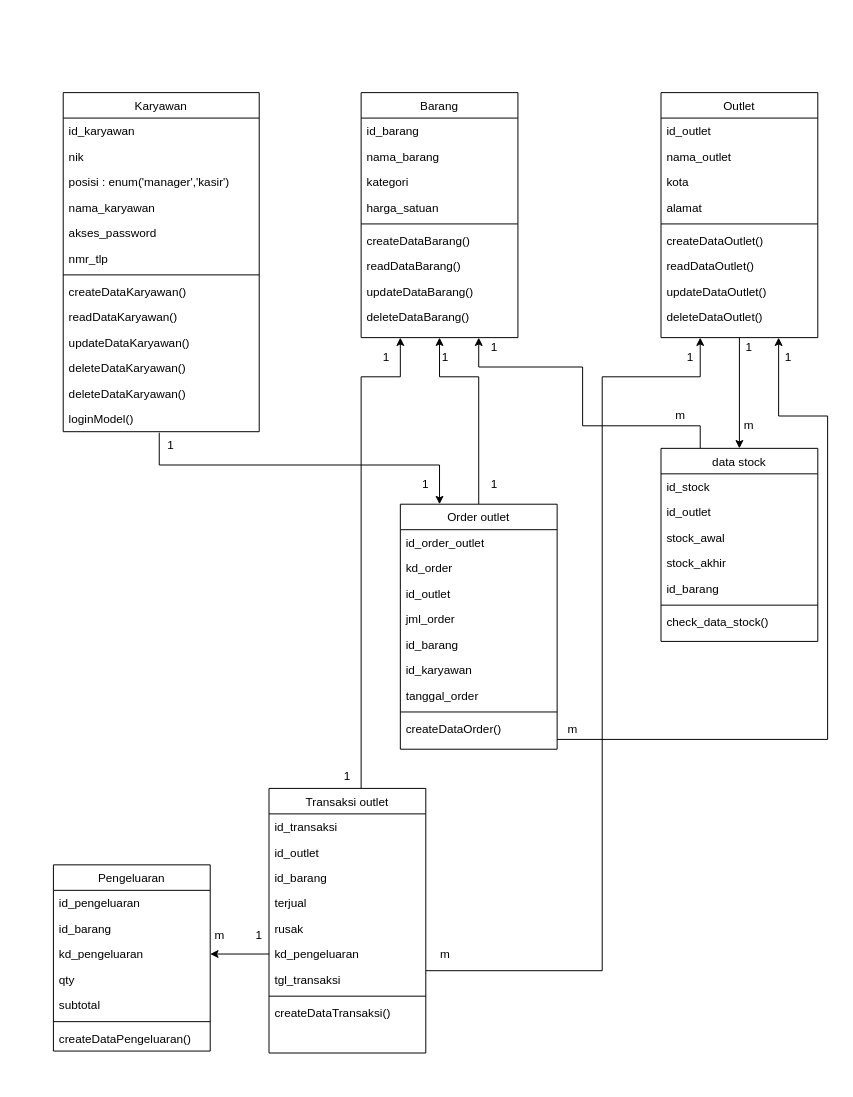
This is diagram/class_diagram.drawio from mqnoy/kakapeh, a draw.io file, before an edit. Source tidied: cells renumbered, new cells numbered last; positions are measured from the earlier drawing's top-left corner, leaving out a move shared by most shapes. Both pictures are drawn from the tidied source at 98%, with x=0, y=0 at pixel (53, 92).
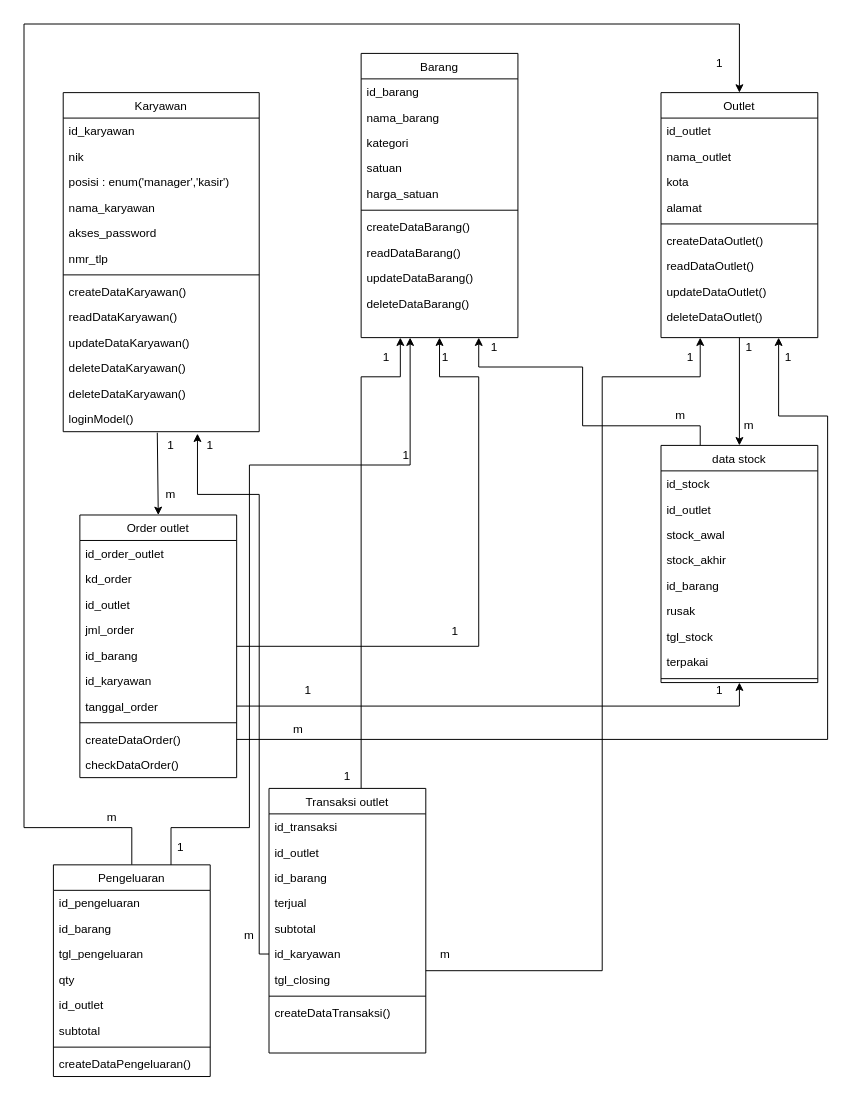
The same page after the edit.

The change refers to these unchanged cells:
```xml
<mxCell id="12" value="Outlet" style="swimlane;fontStyle=0;align=center;verticalAlign=top;horizontal=1;startSize=26;rounded=0;shadow=0;strokeWidth=1;" parent="1" vertex="1">
  <mxGeometry x="620" width="160" height="250" as="geometry" />
</mxCell>
<mxCell id="46" value="Transaksi outlet" style="swimlane;fontStyle=0;align=center;verticalAlign=top;horizontal=1;startSize=26;rounded=0;shadow=0;strokeWidth=1;" parent="1" vertex="1">
  <mxGeometry x="220" y="710" width="160" height="270" as="geometry" />
</mxCell>
<mxCell id="70" value="loginModel()" style="text;align=left;verticalAlign=top;spacingLeft=4;spacingRight=4;overflow=hidden;points=[[0,0.5],[1,0.5]];portConstraint=eastwest;" parent="57" vertex="1">
  <mxGeometry y="320" width="200" height="26" as="geometry" />
</mxCell>
```

Diff of the diagram source:
```diff
@@
     <mxCell id="3" value="data stock" style="swimlane;fontStyle=0;align=center;verticalAlign=top;horizontal=1;startSize=26;rounded=0;shadow=0;strokeWidth=1;" parent="1" vertex="1">
-      <mxGeometry x="620" y="363" width="160" height="197" as="geometry" />
+      <mxGeometry x="620" y="360" width="160" height="242" as="geometry" />
     </mxCell>
@@
+    <mxCell id="96" value="id_barang" style="text;align=left;verticalAlign=top;spacingLeft=4;spacingRight=4;overflow=hidden;rounded=0;shadow=0;html=0;" parent="3" vertex="1">
+      <mxGeometry y="130" width="160" height="26" as="geometry" />
+    </mxCell>
-    <mxCell id="8" value="id_barang" style="text;align=left;verticalAlign=top;spacingLeft=4;spacingRight=4;overflow=hidden;rounded=0;shadow=0;html=0;" parent="3" vertex="1">
-      <mxGeometry y="130" width="160" height="26" as="geometry" />
+    <mxCell id="8" value="rusak" style="text;align=left;verticalAlign=top;spacingLeft=4;spacingRight=4;overflow=hidden;rounded=0;shadow=0;html=0;" parent="3" vertex="1">
+      <mxGeometry y="156" width="160" height="26" as="geometry" />
     </mxCell>
+    <mxCell id="97" value="tgl_stock" style="text;align=left;verticalAlign=top;spacingLeft=4;spacingRight=4;overflow=hidden;rounded=0;shadow=0;html=0;" parent="3" vertex="1">
+      <mxGeometry y="182" width="160" height="26" as="geometry" />
+    </mxCell>
+    <mxCell id="98" value="terpakai" style="text;align=left;verticalAlign=top;spacingLeft=4;spacingRight=4;overflow=hidden;rounded=0;shadow=0;html=0;" parent="3" vertex="1">
+      <mxGeometry y="208" width="160" height="26" as="geometry" />
+    </mxCell>
     <mxCell id="9" style="line;html=1;strokeWidth=1;align=left;verticalAlign=middle;spacingTop=-1;spacingLeft=3;spacingRight=3;labelPosition=right;" parent="3" vertex="1">
-      <mxGeometry y="156" width="160" height="8" as="geometry" />
+      <mxGeometry y="234" width="160" height="8" as="geometry" />
     </mxCell>
-    <mxCell id="10" value="check_data_stock()" style="text;align=left;verticalAlign=top;spacingLeft=4;spacingRight=4;overflow=hidden;" parent="3" vertex="1">
-      <mxGeometry y="164" width="160" height="26" as="geometry" />
-    </mxCell>
@@
-    <mxCell id="24" value="Order outlet" style="swimlane;fontStyle=0;align=center;verticalAlign=top;horizontal=1;startSize=26;rounded=0;shadow=0;strokeWidth=1;" parent="1" vertex="1">
-      <mxGeometry x="354" y="420" width="160" height="250" as="geometry" />
-    </mxCell>
-    <mxCell id="25" value="id_order_outlet" style="text;align=left;verticalAlign=top;spacingLeft=4;spacingRight=4;overflow=hidden;" parent="24" vertex="1">
-      <mxGeometry y="26" width="160" height="26" as="geometry" />
-    </mxCell>
-    <mxCell id="26" value="kd_order" style="text;align=left;verticalAlign=top;spacingLeft=4;spacingRight=4;overflow=hidden;" parent="24" vertex="1">
-      <mxGeometry y="52" width="160" height="26" as="geometry" />
-    </mxCell>
-    <mxCell id="27" value="id_outlet" style="text;align=left;verticalAlign=top;spacingLeft=4;spacingRight=4;overflow=hidden;" parent="24" vertex="1">
-      <mxGeometry y="78" width="160" height="26" as="geometry" />
-    </mxCell>
-    <mxCell id="28" value="jml_order" style="text;align=left;verticalAlign=top;spacingLeft=4;spacingRight=4;overflow=hidden;" parent="24" vertex="1">
-      <mxGeometry y="104" width="160" height="26" as="geometry" />
-    </mxCell>
-    <mxCell id="29" value="id_barang" style="text;align=left;verticalAlign=top;spacingLeft=4;spacingRight=4;overflow=hidden;" parent="24" vertex="1">
-      <mxGeometry y="130" width="160" height="26" as="geometry" />
-    </mxCell>
-    <mxCell id="30" value="id_karyawan" style="text;align=left;verticalAlign=top;spacingLeft=4;spacingRight=4;overflow=hidden;" parent="24" vertex="1">
-      <mxGeometry y="156" width="160" height="26" as="geometry" />
-    </mxCell>
-    <mxCell id="31" value="tanggal_order" style="text;align=left;verticalAlign=top;spacingLeft=4;spacingRight=4;overflow=hidden;points=[[0,0.5],[1,0.5]];portConstraint=eastwest;rounded=0;shadow=0;html=0;" parent="24" vertex="1">
-      <mxGeometry y="182" width="160" height="26" as="geometry" />
-    </mxCell>
-    <mxCell id="32" style="line;html=1;strokeWidth=1;align=left;verticalAlign=middle;spacingTop=-1;spacingLeft=3;spacingRight=3;labelPosition=right;" parent="24" vertex="1">
-      <mxGeometry y="208" width="160" height="8" as="geometry" />
-    </mxCell>
-    <mxCell id="33" value="createDataOrder()" style="text;align=left;verticalAlign=top;spacingLeft=4;spacingRight=4;overflow=hidden;" parent="24" vertex="1">
-      <mxGeometry y="216" width="160" height="26" as="geometry" />
-    </mxCell>
     <mxCell id="34" value="Barang" style="swimlane;fontStyle=0;align=center;verticalAlign=top;horizontal=1;startSize=26;rounded=0;shadow=0;strokeWidth=1;" parent="1" vertex="1">
-      <mxGeometry x="314" width="160" height="250" as="geometry" />
+      <mxGeometry x="314" y="-40" width="160" height="290" as="geometry" />
     </mxCell>
@@
+    <mxCell id="99" value="satuan" style="text;align=left;verticalAlign=top;spacingLeft=4;spacingRight=4;overflow=hidden;rounded=0;shadow=0;html=0;" parent="34" vertex="1">
+      <mxGeometry y="104" width="160" height="26" as="geometry" />
+    </mxCell>
     <mxCell id="38" value="harga_satuan" style="text;align=left;verticalAlign=top;spacingLeft=4;spacingRight=4;overflow=hidden;rounded=0;shadow=0;html=0;" parent="34" vertex="1">
-      <mxGeometry y="104" width="160" height="26" as="geometry" />
+      <mxGeometry y="130" width="160" height="26" as="geometry" />
     </mxCell>
     <mxCell id="39" style="line;html=1;strokeWidth=1;align=left;verticalAlign=middle;spacingTop=-1;spacingLeft=3;spacingRight=3;labelPosition=right;" parent="34" vertex="1">
-      <mxGeometry y="130" width="160" height="8" as="geometry" />
+      <mxGeometry y="156" width="160" height="8" as="geometry" />
     </mxCell>
     <mxCell id="40" value="createDataBarang()" style="text;align=left;verticalAlign=top;spacingLeft=4;spacingRight=4;overflow=hidden;" parent="34" vertex="1">
-      <mxGeometry y="138" width="160" height="26" as="geometry" />
+      <mxGeometry y="164" width="160" height="26" as="geometry" />
     </mxCell>
     <mxCell id="41" value="readDataBarang()" style="text;align=left;verticalAlign=top;spacingLeft=4;spacingRight=4;overflow=hidden;" parent="34" vertex="1">
-      <mxGeometry y="164" width="160" height="26" as="geometry" />
+      <mxGeometry y="190" width="160" height="26" as="geometry" />
     </mxCell>
     <mxCell id="42" value="updateDataBarang()" style="text;align=left;verticalAlign=top;spacingLeft=4;spacingRight=4;overflow=hidden;" parent="34" vertex="1">
-      <mxGeometry y="190" width="160" height="26" as="geometry" />
+      <mxGeometry y="216" width="160" height="26" as="geometry" />
     </mxCell>
     <mxCell id="43" value="deleteDataBarang()" style="text;align=left;verticalAlign=top;spacingLeft=4;spacingRight=4;overflow=hidden;" parent="34" vertex="1">
-      <mxGeometry y="216" width="160" height="26" as="geometry" />
+      <mxGeometry y="242" width="160" height="26" as="geometry" />
     </mxCell>
@@
-    <mxCell id="51" value="rusak" style="text;align=left;verticalAlign=top;spacingLeft=4;spacingRight=4;overflow=hidden;rounded=0;shadow=0;html=0;" parent="46" vertex="1">
-      <mxGeometry y="130" width="160" height="26" as="geometry" />
-    </mxCell>
-    <mxCell id="52" value="kd_pengeluaran" style="text;align=left;verticalAlign=top;spacingLeft=4;spacingRight=4;overflow=hidden;points=[[0,0.5],[1,0.5]];portConstraint=eastwest;rounded=0;shadow=0;html=0;" parent="46" vertex="1">
-      <mxGeometry y="156" width="160" height="26" as="geometry" />
+    <mxCell id="52" value="subtotal" style="text;align=left;verticalAlign=top;spacingLeft=4;spacingRight=4;overflow=hidden;points=[[0,0.5],[1,0.5]];portConstraint=eastwest;rounded=0;shadow=0;html=0;" parent="46" vertex="1">
+      <mxGeometry y="130" width="160" height="26" as="geometry" />
     </mxCell>
+    <mxCell id="100" value="id_karyawan" style="text;align=left;verticalAlign=top;spacingLeft=4;spacingRight=4;overflow=hidden;points=[[0,0.5],[1,0.5]];portConstraint=eastwest;rounded=0;shadow=0;html=0;" parent="46" vertex="1">
+      <mxGeometry y="156" width="160" height="26" as="geometry" />
+    </mxCell>
-    <mxCell id="53" value="tgl_transaksi" style="text;align=left;verticalAlign=top;spacingLeft=4;spacingRight=4;overflow=hidden;rounded=0;shadow=0;html=0;" parent="46" vertex="1">
+    <mxCell id="53" value="tgl_closing" style="text;align=left;verticalAlign=top;spacingLeft=4;spacingRight=4;overflow=hidden;rounded=0;shadow=0;html=0;" parent="46" vertex="1">
       <mxGeometry y="182" width="160" height="26" as="geometry" />
     </mxCell>
@@
-    <mxCell id="56" style="edgeStyle=orthogonalEdgeStyle;rounded=0;jettySize=auto;html=1;exitX=0.49;exitY=1.038;exitDx=0;exitDy=0;exitPerimeter=0;entryX=0.25;entryY=0;entryDx=0;entryDy=0;" parent="1" edge="1" source="70" target="24">
+    <mxCell id="56" style="rounded=0;orthogonalLoop=1;jettySize=auto;html=1;exitX=0.49;exitY=1.038;exitDx=0;exitDy=0;exitPerimeter=0;entryX=0.5;entryY=0;entryDx=0;entryDy=0;" parent="1" edge="1">
       <mxGeometry relative="1" as="geometry">
-        <Array as="points">
-          <mxPoint x="108" y="380" />
-          <mxPoint x="394" y="380" />
-        </Array>
+        <mxPoint x="106" y="347" as="sourcePoint" />
+        <mxPoint x="107" y="431" as="targetPoint" />
       </mxGeometry>
     </mxCell>
@@
-    <mxCell id="71" style="edgeStyle=orthogonalEdgeStyle;rounded=0;jettySize=auto;html=1;entryX=1;entryY=0.5;entryDx=0;entryDy=0;" parent="1" edge="1" source="52" target="75">
-      <mxGeometry relative="1" as="geometry" />
+    <mxCell id="71" style="edgeStyle=orthogonalEdgeStyle;rounded=0;jettySize=auto;html=1;entryX=0.5;entryY=0;entryDx=0;entryDy=0;exitX=0.5;exitY=0;exitDx=0;exitDy=0;endArrow=none;endFill=0;startArrow=classic;startFill=1;" parent="1" edge="1" source="12" target="72">
+      <mxGeometry relative="1" as="geometry">
+        <Array as="points">
+          <mxPoint x="700" y="-70" />
+          <mxPoint x="-30" y="-70" />
+          <mxPoint x="-30" y="750" />
+          <mxPoint x="80" y="750" />
+        </Array>
+      </mxGeometry>
     </mxCell>
     <mxCell id="72" value="Pengeluaran" style="swimlane;fontStyle=0;align=center;verticalAlign=top;horizontal=1;startSize=26;rounded=0;shadow=0;strokeWidth=1;" parent="1" vertex="1">
-      <mxGeometry y="788" width="160" height="190" as="geometry" />
+      <mxGeometry y="788" width="160" height="216" as="geometry" />
     </mxCell>
@@
-    <mxCell id="75" value="kd_pengeluaran" style="text;align=left;verticalAlign=top;spacingLeft=4;spacingRight=4;overflow=hidden;points=[[0,0.5],[1,0.5]];portConstraint=eastwest;" parent="72" vertex="1">
+    <mxCell id="75" value="tgl_pengeluaran" style="text;align=left;verticalAlign=top;spacingLeft=4;spacingRight=4;overflow=hidden;points=[[0,0.5],[1,0.5]];portConstraint=eastwest;" parent="72" vertex="1">
       <mxGeometry y="78" width="160" height="26" as="geometry" />
     </mxCell>
@@
+    <mxCell id="101" value="id_outlet" style="text;align=left;verticalAlign=top;spacingLeft=4;spacingRight=4;overflow=hidden;" parent="72" vertex="1">
+      <mxGeometry y="130" width="160" height="26" as="geometry" />
+    </mxCell>
     <mxCell id="77" value="subtotal" style="text;align=left;verticalAlign=top;spacingLeft=4;spacingRight=4;overflow=hidden;" parent="72" vertex="1">
-      <mxGeometry y="130" width="160" height="26" as="geometry" />
+      <mxGeometry y="156" width="160" height="26" as="geometry" />
     </mxCell>
     <mxCell id="78" style="line;html=1;strokeWidth=1;align=left;verticalAlign=middle;spacingTop=-1;spacingLeft=3;spacingRight=3;labelPosition=right;" parent="72" vertex="1">
-      <mxGeometry y="156" width="160" height="8" as="geometry" />
+      <mxGeometry y="182" width="160" height="8" as="geometry" />
     </mxCell>
     <mxCell id="79" value="createDataPengeluaran()" style="text;align=left;verticalAlign=top;spacingLeft=4;spacingRight=4;overflow=hidden;fontStyle=0;" parent="72" vertex="1">
-      <mxGeometry y="164" width="160" height="26" as="geometry" />
+      <mxGeometry y="190" width="160" height="26" as="geometry" />
     </mxCell>
     <mxCell id="80" value="1" style="text;html=1;strokeColor=none;fillColor=none;align=center;verticalAlign=middle;whiteSpace=wrap;rounded=0;" parent="1" vertex="1">
-      <mxGeometry x="190" y="850" width="40" height="20" as="geometry" />
+      <mxGeometry x="660" y="-40" width="40" height="20" as="geometry" />
     </mxCell>
     <mxCell id="81" value="m" style="text;html=1;strokeColor=none;fillColor=none;align=center;verticalAlign=middle;whiteSpace=wrap;rounded=0;" parent="1" vertex="1">
-      <mxGeometry x="150" y="850" width="40" height="20" as="geometry" />
+      <mxGeometry x="40" y="730" width="40" height="20" as="geometry" />
     </mxCell>
@@
-    <mxCell id="85" value="1" style="text;html=1;strokeColor=none;fillColor=none;align=center;verticalAlign=middle;whiteSpace=wrap;rounded=0;" parent="1" vertex="1">
-      <mxGeometry x="360" y="390" width="40" height="20" as="geometry" />
+    <mxCell id="85" value="m" style="text;html=1;strokeColor=none;fillColor=none;align=center;verticalAlign=middle;whiteSpace=wrap;rounded=0;" parent="1" vertex="1">
+      <mxGeometry x="100" y="400" width="40" height="20" as="geometry" />
     </mxCell>
     <mxCell id="86" value="1" style="text;html=1;strokeColor=none;fillColor=none;align=center;verticalAlign=middle;whiteSpace=wrap;rounded=0;" parent="1" vertex="1">
-      <mxGeometry x="430" y="390" width="40" height="20" as="geometry" />
+      <mxGeometry x="390" y="540" width="40" height="20" as="geometry" />
     </mxCell>
@@
     <mxCell id="93" value="m" style="text;html=1;strokeColor=none;fillColor=none;align=center;verticalAlign=middle;whiteSpace=wrap;rounded=0;" parent="1" vertex="1">
-      <mxGeometry x="510" y="640" width="40" height="20" as="geometry" />
+      <mxGeometry x="230" y="640" width="40" height="20" as="geometry" />
     </mxCell>
@@
+    <mxCell id="24" value="Order outlet" style="swimlane;fontStyle=0;align=center;verticalAlign=top;horizontal=1;startSize=26;rounded=0;shadow=0;strokeWidth=1;" parent="1" vertex="1">
+      <mxGeometry x="27" y="431" width="160" height="268" as="geometry" />
+    </mxCell>
+    <mxCell id="25" value="id_order_outlet" style="text;align=left;verticalAlign=top;spacingLeft=4;spacingRight=4;overflow=hidden;" parent="24" vertex="1">
+      <mxGeometry y="26" width="160" height="26" as="geometry" />
+    </mxCell>
+    <mxCell id="26" value="kd_order" style="text;align=left;verticalAlign=top;spacingLeft=4;spacingRight=4;overflow=hidden;" parent="24" vertex="1">
+      <mxGeometry y="52" width="160" height="26" as="geometry" />
+    </mxCell>
+    <mxCell id="27" value="id_outlet" style="text;align=left;verticalAlign=top;spacingLeft=4;spacingRight=4;overflow=hidden;" parent="24" vertex="1">
+      <mxGeometry y="78" width="160" height="26" as="geometry" />
+    </mxCell>
+    <mxCell id="28" value="jml_order" style="text;align=left;verticalAlign=top;spacingLeft=4;spacingRight=4;overflow=hidden;" parent="24" vertex="1">
+      <mxGeometry y="104" width="160" height="26" as="geometry" />
+    </mxCell>
+    <mxCell id="29" value="id_barang" style="text;align=left;verticalAlign=top;spacingLeft=4;spacingRight=4;overflow=hidden;" parent="24" vertex="1">
+      <mxGeometry y="130" width="160" height="26" as="geometry" />
+    </mxCell>
+    <mxCell id="30" value="id_karyawan" style="text;align=left;verticalAlign=top;spacingLeft=4;spacingRight=4;overflow=hidden;" parent="24" vertex="1">
+      <mxGeometry y="156" width="160" height="26" as="geometry" />
+    </mxCell>
+    <mxCell id="31" value="tanggal_order" style="text;align=left;verticalAlign=top;spacingLeft=4;spacingRight=4;overflow=hidden;points=[[0,0.5],[1,0.5]];portConstraint=eastwest;rounded=0;shadow=0;html=0;" parent="24" vertex="1">
+      <mxGeometry y="182" width="160" height="26" as="geometry" />
+    </mxCell>
+    <mxCell id="32" style="line;html=1;strokeWidth=1;align=left;verticalAlign=middle;spacingTop=-1;spacingLeft=3;spacingRight=3;labelPosition=right;" parent="24" vertex="1">
+      <mxGeometry y="208" width="160" height="8" as="geometry" />
+    </mxCell>
+    <mxCell id="33" value="createDataOrder()" style="text;align=left;verticalAlign=top;spacingLeft=4;spacingRight=4;overflow=hidden;" parent="24" vertex="1">
+      <mxGeometry y="216" width="160" height="26" as="geometry" />
+    </mxCell>
+    <mxCell id="102" value="checkDataOrder()" style="text;align=left;verticalAlign=top;spacingLeft=4;spacingRight=4;overflow=hidden;" parent="24" vertex="1">
+      <mxGeometry y="242" width="160" height="26" as="geometry" />
+    </mxCell>
+    <mxCell id="103" style="edgeStyle=orthogonalEdgeStyle;rounded=0;jettySize=auto;html=1;exitX=0.75;exitY=0;exitDx=0;exitDy=0;" parent="1" edge="1" source="72">
+      <mxGeometry relative="1" as="geometry">
+        <mxPoint x="364" y="250" as="targetPoint" />
+        <Array as="points">
+          <mxPoint x="120" y="750" />
+          <mxPoint x="200" y="750" />
+          <mxPoint x="200" y="380" />
+          <mxPoint x="364" y="380" />
+        </Array>
+      </mxGeometry>
+    </mxCell>
+    <mxCell id="104" value="1" style="text;html=1;strokeColor=none;fillColor=none;align=center;verticalAlign=middle;whiteSpace=wrap;rounded=0;" parent="1" vertex="1">
+      <mxGeometry x="340" y="360" width="40" height="20" as="geometry" />
+    </mxCell>
+    <mxCell id="105" value="1" style="text;html=1;strokeColor=none;fillColor=none;align=center;verticalAlign=middle;whiteSpace=wrap;rounded=0;" parent="1" vertex="1">
+      <mxGeometry x="110" y="760" width="40" height="20" as="geometry" />
+    </mxCell>
+    <mxCell id="106" style="edgeStyle=orthogonalEdgeStyle;rounded=0;jettySize=auto;html=1;exitX=0;exitY=0.5;exitDx=0;exitDy=0;entryX=0.685;entryY=1.077;entryDx=0;entryDy=0;entryPerimeter=0;" parent="1" edge="1" source="100" target="70">
+      <mxGeometry relative="1" as="geometry">
+        <Array as="points">
+          <mxPoint x="210" y="879" />
+          <mxPoint x="210" y="410" />
+          <mxPoint x="147" y="410" />
+        </Array>
+      </mxGeometry>
+    </mxCell>
+    <mxCell id="107" value="1" style="text;html=1;strokeColor=none;fillColor=none;align=center;verticalAlign=middle;whiteSpace=wrap;rounded=0;" parent="1" vertex="1">
+      <mxGeometry x="140" y="350" width="40" height="20" as="geometry" />
+    </mxCell>
+    <mxCell id="108" value="m" style="text;html=1;strokeColor=none;fillColor=none;align=center;verticalAlign=middle;whiteSpace=wrap;rounded=0;" parent="1" vertex="1">
+      <mxGeometry x="180" y="850" width="40" height="20" as="geometry" />
+    </mxCell>
+    <mxCell id="109" style="edgeStyle=orthogonalEdgeStyle;rounded=0;jettySize=auto;html=1;entryX=0.5;entryY=1;entryDx=0;entryDy=0;exitX=1;exitY=0.5;exitDx=0;exitDy=0;" parent="1" edge="1" source="31" target="3">
+      <mxGeometry relative="1" as="geometry">
+        <Array as="points">
+          <mxPoint x="700" y="626" />
+        </Array>
+      </mxGeometry>
+    </mxCell>
+    <mxCell id="110" value="1" style="text;html=1;strokeColor=none;fillColor=none;align=center;verticalAlign=middle;whiteSpace=wrap;rounded=0;" parent="1" vertex="1">
+      <mxGeometry x="240" y="600" width="40" height="20" as="geometry" />
+    </mxCell>
+    <mxCell id="111" value="1" style="text;html=1;strokeColor=none;fillColor=none;align=center;verticalAlign=middle;whiteSpace=wrap;rounded=0;" parent="1" vertex="1">
+      <mxGeometry x="660" y="600" width="40" height="20" as="geometry" />
+    </mxCell>
```
